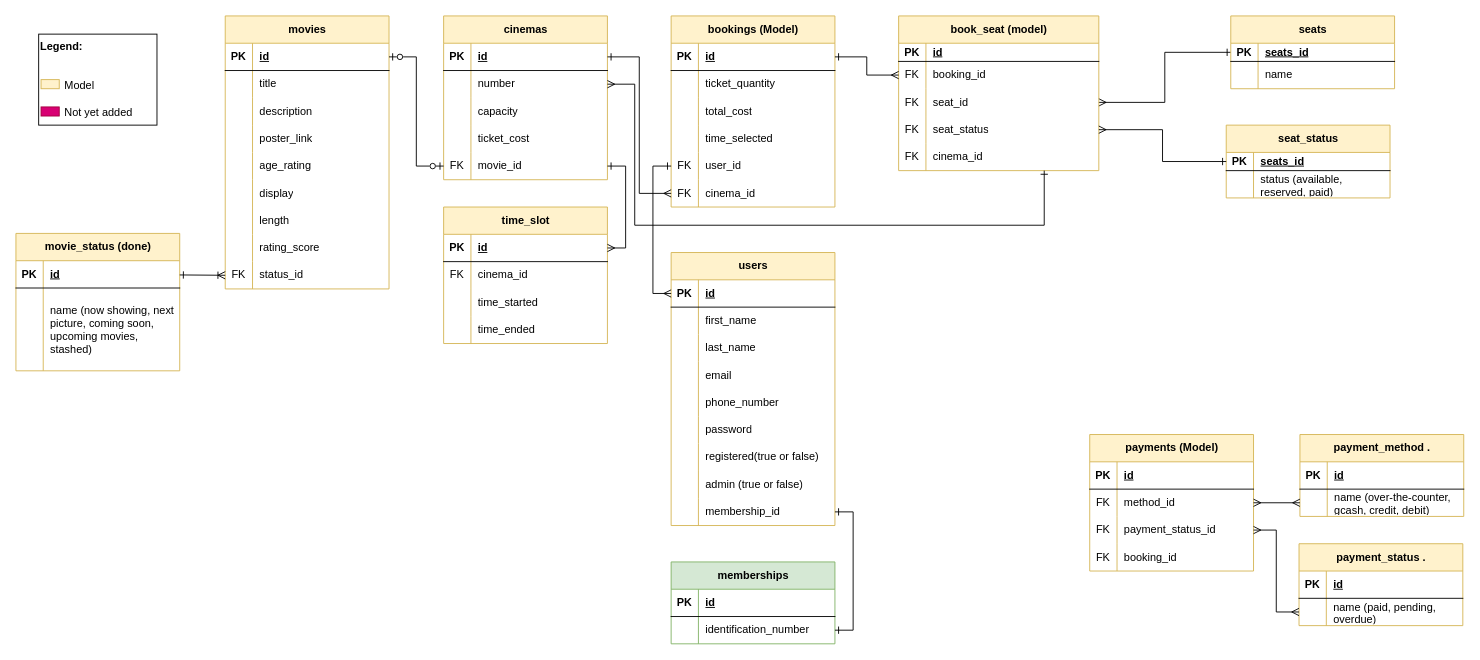
Earlier version of the draw.io diagram page "Page-2" (2 of 2) of FLICKS.drawio (SammDumpingStation/FLICKS-Movie-Ticket-Booking-System). Source tidied: cells renumbered, new cells numbered last; positions are measured from the earlier drawing's top-left corner, leaving out a move shared by most shapes. Both pictures are drawn from the tidied source at 91%, with x=0, y=0 at pixel (15, 15).
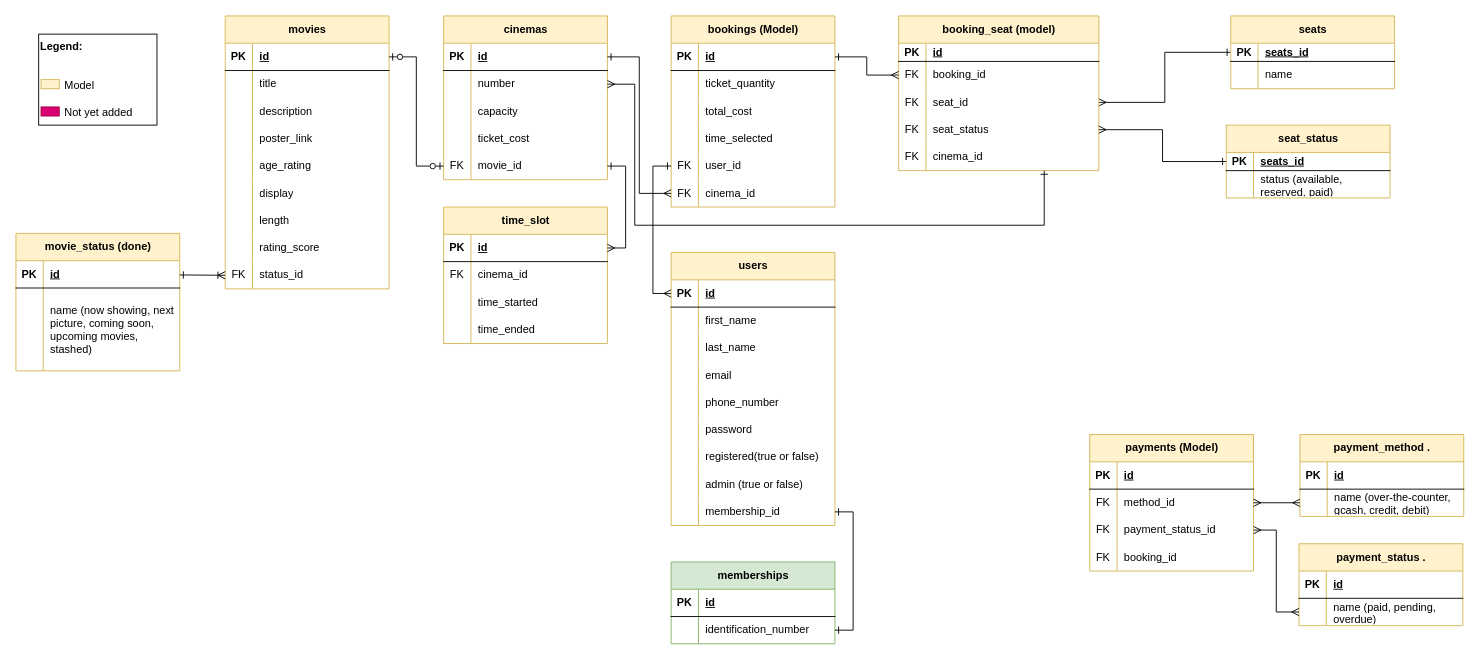
The same diagram, later.

The edit, as a diff of the source:
```diff
@@
-    <mxCell id="155" value="book_seat (model)" style="shape=table;startSize=30;childLayout=tableLayout;rowLines=0;fontStyle=1;align=center;html=1;fillColor=#fff2cc;strokeColor=#d6b656;" parent="1" vertex="1">
+    <mxCell id="155" value="booking_seat (model)" style="shape=table;startSize=30;childLayout=tableLayout;rowLines=0;fontStyle=1;align=center;html=1;fillColor=#fff2cc;strokeColor=#d6b656;" parent="1" vertex="1">
       <mxGeometry x="970" width="220" height="170" as="geometry" />
     </mxCell>
```
